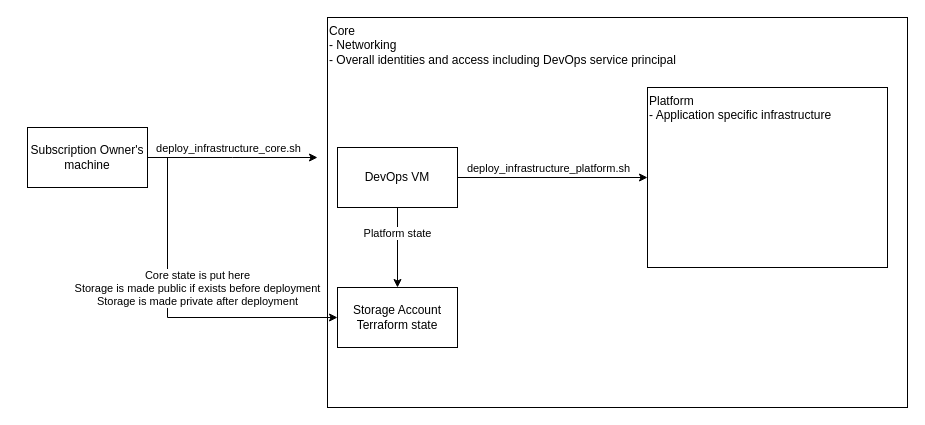
This is docs/systems.drawio from MHarland/TemplatePopulator, a draw.io file, before an edit. Source tidied: cells renumbered, new cells numbered last; positions are measured from the earlier drawing's top-left corner, leaving out a move shared by most shapes. Both pictures are drawn from the tidied source at 100%, with x=0, y=0 at pixel (27, 17).
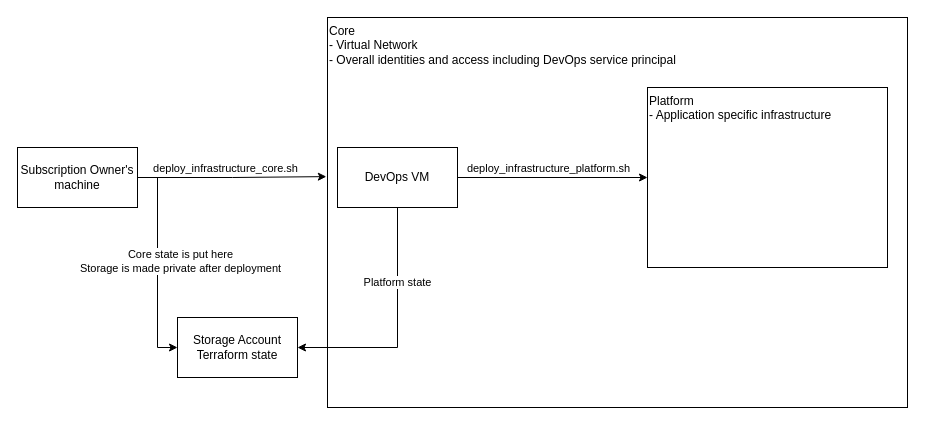
After the change.

Change to the diagram source:
```diff
@@
 <mxGraphModel>
   <root>
     <mxCell id="0" />
     <mxCell id="1" parent="0" />
-    <mxCell id="2" value="Core&lt;br&gt;- Networking&lt;br&gt;- Overall identities and access including DevOps service principal" style="rounded=0;whiteSpace=wrap;html=1;verticalAlign=top;align=left;" parent="1" vertex="1">
+    <mxCell id="2" value="Core&lt;br&gt;- Virtual Network&lt;br&gt;- Overall identities and access including DevOps service principal" style="rounded=0;whiteSpace=wrap;html=1;verticalAlign=top;align=left;" parent="1" vertex="1">
       <mxGeometry x="300" width="580" height="390" as="geometry" />
     </mxCell>
-    <mxCell id="3" style="edgeStyle=orthogonalEdgeStyle;rounded=0;jettySize=auto;html=1;" parent="1" edge="1" source="7">
-      <mxGeometry relative="1" as="geometry">
-        <mxPoint x="290" y="140" as="targetPoint" />
-      </mxGeometry>
+    <mxCell id="3" style="edgeStyle=orthogonalEdgeStyle;rounded=0;jettySize=auto;html=1;entryX=-0.002;entryY=0.408;entryDx=0;entryDy=0;entryPerimeter=0;" parent="1" edge="1" source="7" target="2">
+      <mxGeometry relative="1" as="geometry" />
     </mxCell>
     <mxCell id="4" value="deploy_infrastructure_core.sh" style="edgeLabel;html=1;align=center;verticalAlign=middle;" parent="3" vertex="1">
       <mxGeometry x="-0.27" y="1" relative="1" as="geometry">
         <mxPoint x="18" y="-9" as="offset" />
       </mxGeometry>
     </mxCell>
-    <mxCell id="5" style="edgeStyle=orthogonalEdgeStyle;rounded=0;jettySize=auto;html=1;entryX=0;entryY=0.5;entryDx=0;entryDy=0;" parent="1" edge="1" source="7" target="14">
-      <mxGeometry relative="1" as="geometry">
-        <Array as="points">
-          <mxPoint x="140" y="140" />
-          <mxPoint x="140" y="300" />
-        </Array>
-      </mxGeometry>
+    <mxCell id="5" style="edgeStyle=orthogonalEdgeStyle;rounded=0;jettySize=auto;html=1;exitX=1;exitY=0.5;exitDx=0;exitDy=0;entryX=0;entryY=0.5;entryDx=0;entryDy=0;" parent="1" edge="1" source="7" target="14">
+      <mxGeometry relative="1" as="geometry" />
     </mxCell>
-    <mxCell id="6" value="Core state is put here&lt;br&gt;Storage is made public if exists before deployment&lt;br&gt;Storage is made private after deployment" style="edgeLabel;html=1;align=center;verticalAlign=middle;" parent="5" vertex="1">
+    <mxCell id="6" value="Core state is put here&lt;br&gt;Storage is made private after deployment" style="edgeLabel;html=1;align=center;verticalAlign=middle;" parent="5" vertex="1">
       <mxGeometry x="0.15" y="2" relative="1" as="geometry">
-        <mxPoint x="8" y="-28" as="offset" />
+        <mxPoint x="20" y="-18" as="offset" />
       </mxGeometry>
     </mxCell>
     <mxCell id="7" value="Subscription Owner's machine" style="rounded=0;whiteSpace=wrap;html=1;" parent="1" vertex="1">
-      <mxGeometry y="110" width="120" height="60" as="geometry" />
+      <mxGeometry x="-10" y="130" width="120" height="60" as="geometry" />
     </mxCell>
     <mxCell id="8" style="edgeStyle=orthogonalEdgeStyle;rounded=0;jettySize=auto;html=1;entryX=0;entryY=0.5;entryDx=0;entryDy=0;" parent="1" edge="1" source="12" target="13">
       <mxGeometry relative="1" as="geometry" />
     </mxCell>
     <mxCell id="9" value="deploy_infrastructure_platform.sh" style="edgeLabel;html=1;align=center;verticalAlign=middle;" parent="8" vertex="1">
       <mxGeometry x="-0.67" y="1" relative="1" as="geometry">
         <mxPoint x="59" y="-9" as="offset" />
       </mxGeometry>
     </mxCell>
-    <mxCell id="10" style="edgeStyle=orthogonalEdgeStyle;rounded=0;jettySize=auto;html=1;entryX=0.5;entryY=0;entryDx=0;entryDy=0;" parent="1" edge="1" source="12" target="14">
+    <mxCell id="10" style="edgeStyle=orthogonalEdgeStyle;rounded=0;jettySize=auto;html=1;entryX=1;entryY=0.5;entryDx=0;entryDy=0;exitX=0.5;exitY=1;exitDx=0;exitDy=0;" parent="1" edge="1" source="12" target="14">
       <mxGeometry relative="1" as="geometry" />
     </mxCell>
     <mxCell id="11" value="Platform state" style="edgeLabel;html=1;align=center;verticalAlign=middle;" parent="10" vertex="1">
       <mxGeometry x="-0.38" y="-1" relative="1" as="geometry" />
     </mxCell>
     <mxCell id="12" value="DevOps VM" style="rounded=0;whiteSpace=wrap;html=1;" parent="1" vertex="1">
       <mxGeometry x="310" y="130" width="120" height="60" as="geometry" />
     </mxCell>
     <mxCell id="13" value="Platform&lt;br&gt;- Application specific infrastructure" style="rounded=0;whiteSpace=wrap;html=1;verticalAlign=top;align=left;" parent="1" vertex="1">
       <mxGeometry x="620" y="70" width="240" height="180" as="geometry" />
     </mxCell>
     <mxCell id="14" value="Storage Account&lt;br&gt;Terraform state" style="rounded=0;whiteSpace=wrap;html=1;" parent="1" vertex="1">
-      <mxGeometry x="310" y="270" width="120" height="60" as="geometry" />
+      <mxGeometry x="150" y="300" width="120" height="60" as="geometry" />
     </mxCell>
   </root>
 </mxGraphModel>
```
